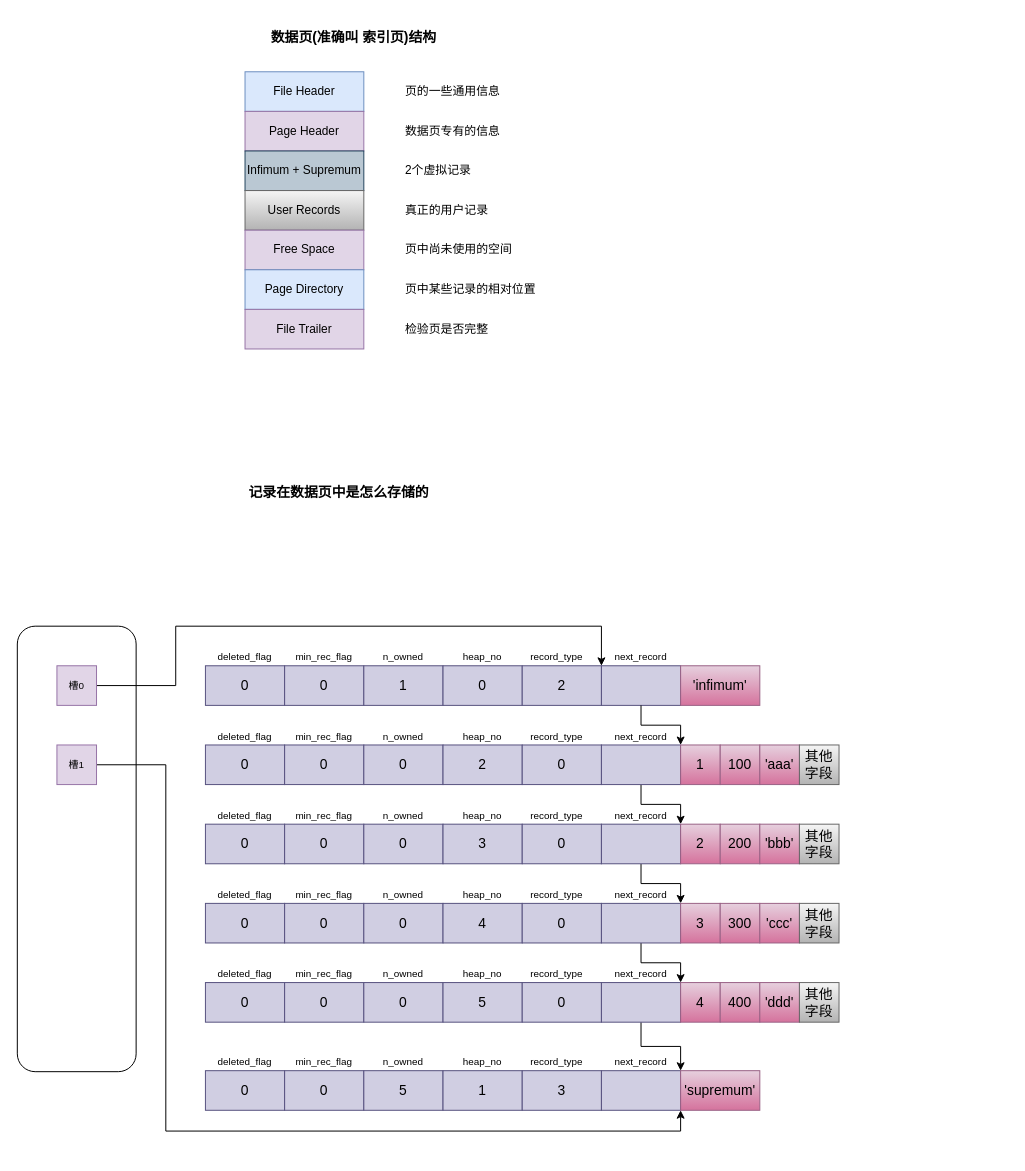
This is page "InnoDB数据页结构" (2 of 4) of MySQL是怎么运行的.drawio from JianHao-Chen/MySqlLearning, a draw.io file, before an edit. Source tidied: cells renumbered, new cells numbered last; positions are measured from the earlier drawing's top-left corner, leaving out a move shared by most shapes. Both pictures are drawn from the tidied source at 99%, with x=0, y=0 at pixel (17, 22).
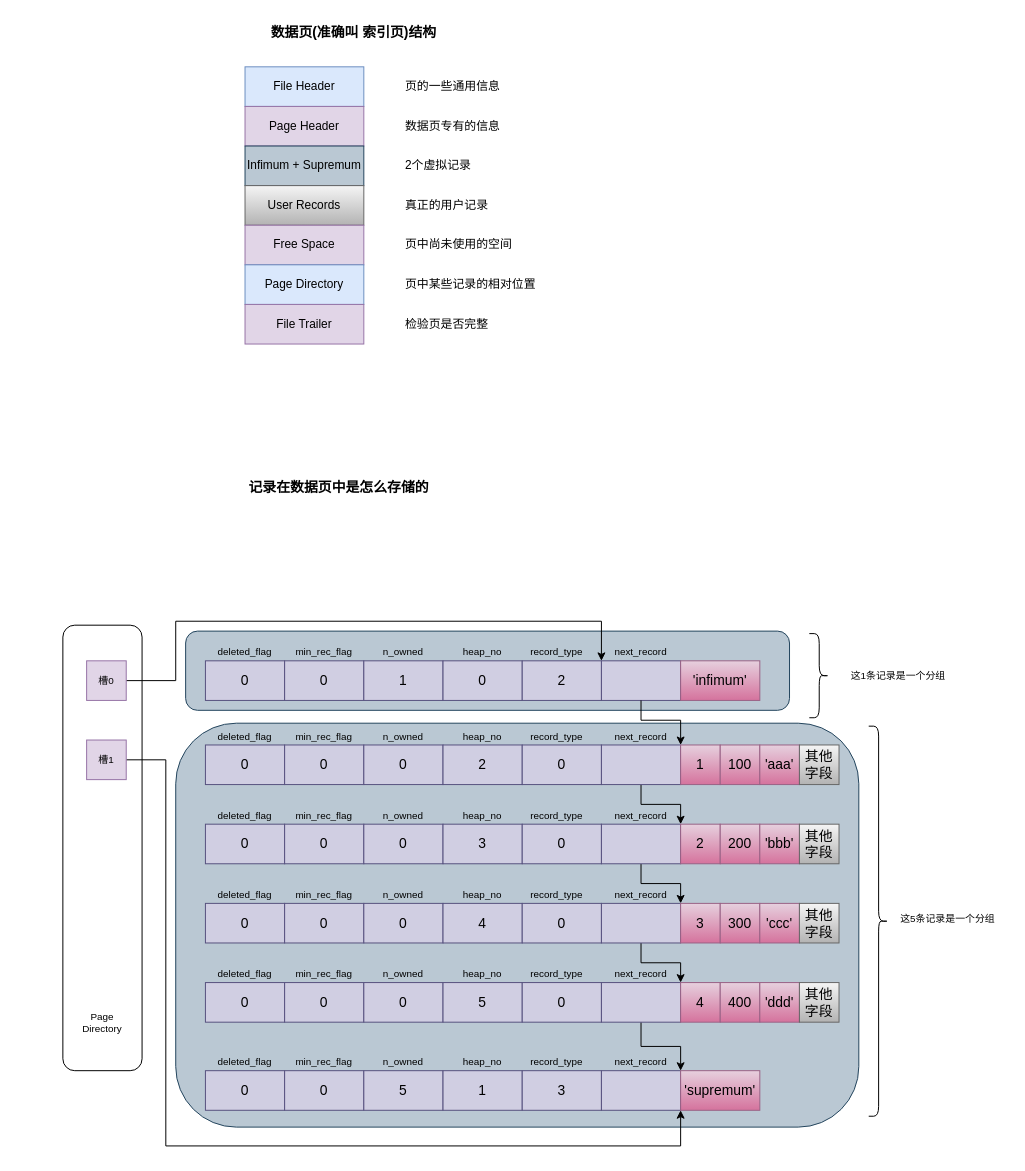
Above is the later version.

Commit message:
更新MySQL是怎么运行的.drawio

The change refers to these unchanged cells:
```xml
<mxCell id="31" value="1" style="rounded=0;whiteSpace=wrap;html=1;fontSize=14;fillColor=#e6d0de;strokeColor=#996185;gradientColor=#d5739d;" parent="1" vertex="1">
  <mxGeometry x="670" y="730" width="40" height="40" as="geometry" />
</mxCell>
<mxCell id="98" value="'supremum'" style="rounded=0;whiteSpace=wrap;html=1;fontSize=14;fillColor=#e6d0de;gradientColor=#d5739d;strokeColor=#996185;" parent="1" vertex="1">
  <mxGeometry x="670" y="1059" width="80" height="40" as="geometry" />
</mxCell>
```

Change to the diagram source:
```diff
@@
+    <mxCell id="118" style="rounded=1;whiteSpace=wrap;html=1;fontSize=10;fillColor=#bac8d3;strokeColor=#23445d;" parent="1" vertex="1">
+      <mxGeometry x="160" y="708" width="690" height="408" as="geometry" />
+    </mxCell>
+    <mxCell id="119" style="rounded=1;whiteSpace=wrap;html=1;fontSize=10;fillColor=#bac8d3;strokeColor=#23445d;" parent="1" vertex="1">
+      <mxGeometry x="170" y="615" width="610" height="80" as="geometry" />
+    </mxCell>
     <mxCell id="2" value="File Header" style="rounded=0;whiteSpace=wrap;html=1;fillColor=#dae8fc;strokeColor=#6c8ebf;" parent="1" vertex="1">
-      <mxGeometry x="230" y="50" width="120" height="40" as="geometry" />
+      <mxGeometry x="230" y="45" width="120" height="40" as="geometry" />
     </mxCell>
     <mxCell id="3" value="Page Header" style="rounded=0;whiteSpace=wrap;html=1;fillColor=#e1d5e7;strokeColor=#9673a6;" parent="1" vertex="1">
-      <mxGeometry x="230" y="90" width="120" height="40" as="geometry" />
+      <mxGeometry x="230" y="85" width="120" height="40" as="geometry" />
     </mxCell>
     <mxCell id="4" value="Infimum + Supremum" style="rounded=0;whiteSpace=wrap;html=1;fillColor=#bac8d3;strokeColor=#23445d;" parent="1" vertex="1">
-      <mxGeometry x="230" y="130" width="120" height="40" as="geometry" />
+      <mxGeometry x="230" y="125" width="120" height="40" as="geometry" />
     </mxCell>
     <mxCell id="5" value="User Records" style="rounded=0;whiteSpace=wrap;html=1;fillColor=#f5f5f5;gradientColor=#b3b3b3;strokeColor=#666666;" parent="1" vertex="1">
-      <mxGeometry x="230" y="170" width="120" height="40" as="geometry" />
+      <mxGeometry x="230" y="165" width="120" height="40" as="geometry" />
     </mxCell>
     <mxCell id="6" value="Free Space" style="rounded=0;whiteSpace=wrap;html=1;fillColor=#e1d5e7;strokeColor=#9673a6;" parent="1" vertex="1">
-      <mxGeometry x="230" y="210" width="120" height="40" as="geometry" />
+      <mxGeometry x="230" y="205" width="120" height="40" as="geometry" />
     </mxCell>
     <mxCell id="7" value="Page Directory" style="rounded=0;whiteSpace=wrap;html=1;fillColor=#dae8fc;strokeColor=#6c8ebf;" parent="1" vertex="1">
-      <mxGeometry x="230" y="250" width="120" height="40" as="geometry" />
+      <mxGeometry x="230" y="245" width="120" height="40" as="geometry" />
     </mxCell>
     <mxCell id="8" value="File Trailer" style="rounded=0;whiteSpace=wrap;html=1;fillColor=#e1d5e7;strokeColor=#9673a6;" parent="1" vertex="1">
-      <mxGeometry x="230" y="290" width="120" height="40" as="geometry" />
+      <mxGeometry x="230" y="285" width="120" height="40" as="geometry" />
     </mxCell>
     <mxCell id="9" value="&lt;font style=&quot;font-size: 14px;&quot;&gt;&lt;b&gt;数据页(准确叫 索引页)结构&lt;/b&gt;&lt;/font&gt;" style="text;html=1;strokeColor=none;fillColor=none;align=center;verticalAlign=middle;whiteSpace=wrap;rounded=0;" parent="1" vertex="1">
-      <mxGeometry x="250" width="180" height="30" as="geometry" />
+      <mxGeometry x="250" y="-5" width="180" height="30" as="geometry" />
     </mxCell>
     <mxCell id="10" value="页的一些通用信息" style="text;html=1;strokeColor=none;fillColor=none;align=left;verticalAlign=middle;whiteSpace=wrap;rounded=0;" parent="1" vertex="1">
-      <mxGeometry x="390" y="50" width="110" height="40" as="geometry" />
+      <mxGeometry x="390" y="45" width="110" height="40" as="geometry" />
     </mxCell>
     <mxCell id="11" value="数据页专有的信息" style="text;html=1;strokeColor=none;fillColor=none;align=left;verticalAlign=middle;whiteSpace=wrap;rounded=0;" parent="1" vertex="1">
-      <mxGeometry x="390" y="90" width="110" height="40" as="geometry" />
+      <mxGeometry x="390" y="85" width="110" height="40" as="geometry" />
     </mxCell>
     <mxCell id="12" value="2个虚拟记录" style="text;html=1;strokeColor=none;fillColor=none;align=left;verticalAlign=middle;whiteSpace=wrap;rounded=0;" parent="1" vertex="1">
-      <mxGeometry x="390" y="130" width="110" height="40" as="geometry" />
+      <mxGeometry x="390" y="125" width="110" height="40" as="geometry" />
     </mxCell>
     <mxCell id="13" value="真正的用户记录" style="text;html=1;strokeColor=none;fillColor=none;align=left;verticalAlign=middle;whiteSpace=wrap;rounded=0;" parent="1" vertex="1">
-      <mxGeometry x="390" y="170" width="110" height="40" as="geometry" />
+      <mxGeometry x="390" y="165" width="110" height="40" as="geometry" />
     </mxCell>
     <mxCell id="14" value="页中尚未使用的空间" style="text;html=1;strokeColor=none;fillColor=none;align=left;verticalAlign=middle;whiteSpace=wrap;rounded=0;" parent="1" vertex="1">
-      <mxGeometry x="390" y="210" width="110" height="40" as="geometry" />
+      <mxGeometry x="390" y="205" width="110" height="40" as="geometry" />
     </mxCell>
     <mxCell id="15" value="页中某些记录的相对位置" style="text;html=1;strokeColor=none;fillColor=none;align=left;verticalAlign=middle;whiteSpace=wrap;rounded=0;" parent="1" vertex="1">
-      <mxGeometry x="390" y="250" width="140" height="40" as="geometry" />
+      <mxGeometry x="390" y="245" width="140" height="40" as="geometry" />
     </mxCell>
     <mxCell id="16" value="检验页是否完整" style="text;html=1;strokeColor=none;fillColor=none;align=left;verticalAlign=middle;whiteSpace=wrap;rounded=0;" parent="1" vertex="1">
-      <mxGeometry x="390" y="290" width="140" height="40" as="geometry" />
+      <mxGeometry x="390" y="285" width="140" height="40" as="geometry" />
     </mxCell>
     <mxCell id="17" value="&lt;font style=&quot;font-size: 14px;&quot;&gt;&lt;b&gt;记录在数据页中是怎么存储的&lt;/b&gt;&lt;/font&gt;" style="text;html=1;strokeColor=none;fillColor=none;align=center;verticalAlign=middle;whiteSpace=wrap;rounded=0;" parent="1" vertex="1">
-      <mxGeometry x="230" y="460" width="190" height="30" as="geometry" />
+      <mxGeometry x="230" y="455" width="190" height="30" as="geometry" />
     </mxCell>
@@
     <mxCell id="99" value="0" style="rounded=0;whiteSpace=wrap;html=1;fontSize=14;fillColor=#d0cee2;strokeColor=#56517e;" parent="1" vertex="1">
-      <mxGeometry x="190" y="650" width="80" height="40" as="geometry" />
+      <mxGeometry x="190" y="645" width="80" height="40" as="geometry" />
     </mxCell>
     <mxCell id="100" value="0" style="rounded=0;whiteSpace=wrap;html=1;fontSize=14;fillColor=#d0cee2;strokeColor=#56517e;" parent="1" vertex="1">
-      <mxGeometry x="270" y="650" width="80" height="40" as="geometry" />
+      <mxGeometry x="270" y="645" width="80" height="40" as="geometry" />
     </mxCell>
     <mxCell id="101" value="1" style="rounded=0;whiteSpace=wrap;html=1;fontSize=14;fillColor=#d0cee2;strokeColor=#56517e;" parent="1" vertex="1">
-      <mxGeometry x="350" y="650" width="80" height="40" as="geometry" />
+      <mxGeometry x="350" y="645" width="80" height="40" as="geometry" />
     </mxCell>
     <mxCell id="102" value="0" style="rounded=0;whiteSpace=wrap;html=1;fontSize=14;fillColor=#d0cee2;strokeColor=#56517e;" parent="1" vertex="1">
-      <mxGeometry x="430" y="650" width="80" height="40" as="geometry" />
+      <mxGeometry x="430" y="645" width="80" height="40" as="geometry" />
     </mxCell>
     <mxCell id="103" value="2" style="rounded=0;whiteSpace=wrap;html=1;fontSize=14;fillColor=#d0cee2;strokeColor=#56517e;" parent="1" vertex="1">
-      <mxGeometry x="510" y="650" width="80" height="40" as="geometry" />
+      <mxGeometry x="510" y="645" width="80" height="40" as="geometry" />
     </mxCell>
     <mxCell id="104" value="&lt;font style=&quot;font-size: 10px;&quot;&gt;deleted_flag&lt;/font&gt;" style="text;html=1;strokeColor=none;fillColor=none;align=center;verticalAlign=middle;whiteSpace=wrap;rounded=0;fontSize=14;" parent="1" vertex="1">
-      <mxGeometry x="195" y="630" width="70" height="20" as="geometry" />
+      <mxGeometry x="195" y="625" width="70" height="20" as="geometry" />
     </mxCell>
     <mxCell id="105" value="&lt;font style=&quot;font-size: 10px;&quot;&gt;min_rec_flag&lt;/font&gt;" style="text;html=1;strokeColor=none;fillColor=none;align=center;verticalAlign=middle;whiteSpace=wrap;rounded=0;fontSize=14;" parent="1" vertex="1">
-      <mxGeometry x="275" y="630" width="70" height="20" as="geometry" />
+      <mxGeometry x="275" y="625" width="70" height="20" as="geometry" />
     </mxCell>
     <mxCell id="106" value="&lt;font style=&quot;font-size: 10px;&quot;&gt;n_owned&lt;/font&gt;" style="text;html=1;strokeColor=none;fillColor=none;align=center;verticalAlign=middle;whiteSpace=wrap;rounded=0;fontSize=14;" parent="1" vertex="1">
-      <mxGeometry x="355" y="630" width="70" height="20" as="geometry" />
+      <mxGeometry x="355" y="625" width="70" height="20" as="geometry" />
     </mxCell>
     <mxCell id="107" value="&lt;font style=&quot;font-size: 10px;&quot;&gt;heap_no&lt;/font&gt;" style="text;html=1;strokeColor=none;fillColor=none;align=center;verticalAlign=middle;whiteSpace=wrap;rounded=0;fontSize=14;" parent="1" vertex="1">
-      <mxGeometry x="435" y="630" width="70" height="20" as="geometry" />
+      <mxGeometry x="435" y="625" width="70" height="20" as="geometry" />
     </mxCell>
     <mxCell id="108" value="&lt;font style=&quot;font-size: 10px;&quot;&gt;record_type&lt;/font&gt;" style="text;html=1;strokeColor=none;fillColor=none;align=center;verticalAlign=middle;whiteSpace=wrap;rounded=0;fontSize=14;" parent="1" vertex="1">
-      <mxGeometry x="510" y="630" width="70" height="20" as="geometry" />
+      <mxGeometry x="510" y="625" width="70" height="20" as="geometry" />
     </mxCell>
     <mxCell id="109" style="rounded=0;whiteSpace=wrap;html=1;fontSize=14;fillColor=#d0cee2;strokeColor=#56517e;" parent="1" vertex="1">
-      <mxGeometry x="590" y="650" width="80" height="40" as="geometry" />
+      <mxGeometry x="590" y="645" width="80" height="40" as="geometry" />
     </mxCell>
     <mxCell id="110" value="&lt;font style=&quot;font-size: 10px;&quot;&gt;next_record&lt;/font&gt;" style="text;html=1;strokeColor=none;fillColor=none;align=center;verticalAlign=middle;whiteSpace=wrap;rounded=0;fontSize=14;" parent="1" vertex="1">
-      <mxGeometry x="595" y="630" width="70" height="20" as="geometry" />
+      <mxGeometry x="595" y="625" width="70" height="20" as="geometry" />
     </mxCell>
     <mxCell id="111" value="'infimum'" style="rounded=0;whiteSpace=wrap;html=1;fontSize=14;fillColor=#e6d0de;gradientColor=#d5739d;strokeColor=#996185;" parent="1" vertex="1">
-      <mxGeometry x="670" y="650" width="80" height="40" as="geometry" />
+      <mxGeometry x="670" y="645" width="80" height="40" as="geometry" />
     </mxCell>
     <mxCell id="112" style="endArrow=classic;html=1;fontSize=10;exitX=0.5;exitY=1;exitDx=0;exitDy=0;entryX=0;entryY=0;entryDx=0;entryDy=0;rounded=0;" parent="1" edge="1" source="109" target="31">
       <mxGeometry relative="1" as="geometry">
         <Array as="points">
-          <mxPoint x="630" y="710" />
-          <mxPoint x="670" y="710" />
+          <mxPoint x="630" y="705" />
+          <mxPoint x="670" y="705" />
         </Array>
       </mxGeometry>
     </mxCell>
     <mxCell id="113" style="rounded=1;whiteSpace=wrap;html=1;fontSize=10;" parent="1" vertex="1">
-      <mxGeometry y="610" width="120" height="450" as="geometry" />
+      <mxGeometry x="46" y="609" width="80" height="450" as="geometry" />
     </mxCell>
     <mxCell id="114" style="edgeStyle=orthogonalEdgeStyle;rounded=0;jettySize=auto;html=1;entryX=1;entryY=0;entryDx=0;entryDy=0;fontSize=10;" parent="1" edge="1" source="115" target="103">
       <mxGeometry relative="1" as="geometry">
         <Array as="points">
-          <mxPoint x="160" y="670" />
-          <mxPoint x="160" y="610" />
-          <mxPoint x="590" y="610" />
+          <mxPoint x="160" y="665" />
+          <mxPoint x="160" y="605" />
+          <mxPoint x="590" y="605" />
         </Array>
       </mxGeometry>
     </mxCell>
     <mxCell id="115" value="槽0" style="whiteSpace=wrap;html=1;fontSize=10;fillColor=#e1d5e7;strokeColor=#9673a6;" parent="1" vertex="1">
-      <mxGeometry x="40" y="650" width="40" height="40" as="geometry" />
+      <mxGeometry x="70" y="645" width="40" height="40" as="geometry" />
     </mxCell>
     <mxCell id="116" style="edgeStyle=orthogonalEdgeStyle;rounded=0;jettySize=auto;html=1;entryX=0;entryY=1;entryDx=0;entryDy=0;fontSize=10;" parent="1" edge="1" source="117" target="98">
       <mxGeometry relative="1" as="geometry">
         <Array as="points">
-          <mxPoint x="150" y="750" />
-          <mxPoint x="150" y="1120" />
-          <mxPoint x="670" y="1120" />
+          <mxPoint x="150" y="745" />
+          <mxPoint x="150" y="1135" />
+          <mxPoint x="670" y="1135" />
         </Array>
       </mxGeometry>
     </mxCell>
     <mxCell id="117" value="槽1" style="whiteSpace=wrap;html=1;fontSize=10;fillColor=#e1d5e7;strokeColor=#9673a6;" parent="1" vertex="1">
-      <mxGeometry x="40" y="730" width="40" height="40" as="geometry" />
+      <mxGeometry x="70" y="725" width="40" height="40" as="geometry" />
     </mxCell>
+    <mxCell id="120" style="shape=curlyBracket;whiteSpace=wrap;html=1;rounded=1;flipH=1;fontSize=10;" parent="1" vertex="1">
+      <mxGeometry x="800" y="617.5" width="20" height="85" as="geometry" />
+    </mxCell>
+    <mxCell id="121" style="shape=curlyBracket;whiteSpace=wrap;html=1;rounded=1;flipH=1;fontSize=10;" parent="1" vertex="1">
+      <mxGeometry x="860" y="711" width="20" height="394" as="geometry" />
+    </mxCell>
+    <mxCell id="122" value="这1条记录是一个分组" style="text;html=1;strokeColor=none;fillColor=none;align=center;verticalAlign=middle;whiteSpace=wrap;rounded=0;fontSize=10;" parent="1" vertex="1">
+      <mxGeometry x="830" y="645" width="120" height="30" as="geometry" />
+    </mxCell>
+    <mxCell id="123" value="这5条记录是一个分组" style="text;html=1;strokeColor=none;fillColor=none;align=center;verticalAlign=middle;whiteSpace=wrap;rounded=0;fontSize=10;" parent="1" vertex="1">
+      <mxGeometry x="880" y="890" width="120" height="30" as="geometry" />
+    </mxCell>
+    <mxCell id="124" value="Page&lt;br&gt;Directory" style="text;html=1;strokeColor=none;fillColor=none;align=center;verticalAlign=middle;whiteSpace=wrap;rounded=0;fontSize=10;" parent="1" vertex="1">
+      <mxGeometry x="56" y="995" width="60" height="30" as="geometry" />
+    </mxCell>
```
